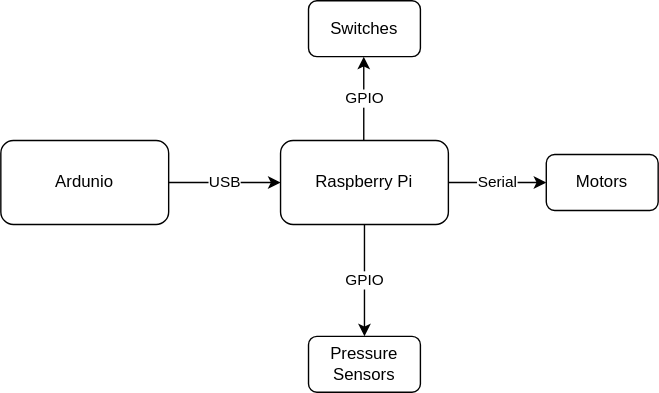
This is client/src/images/rpi-connection-diagram.svg from veselypeta/sdp-website, a draw.io export, as it was before one commit. Source tidied: cells renumbered, new cells last; positions are measured from the earlier drawing's top-left corner, leaving out a move shared by most shapes.
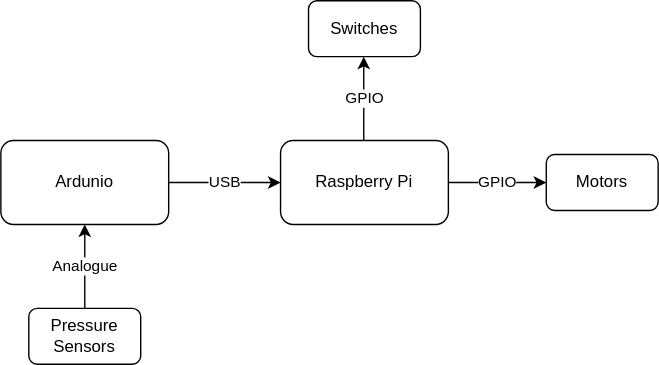
The same file after the commit.

What changed in the source:
```diff
@@ -22,15 +22,13 @@
     <mxCell id="6" value="Switches" style="rounded=1;whiteSpace=wrap;html=1;" parent="1" vertex="1">
       <mxGeometry x="220" width="80" height="40" as="geometry" />
     </mxCell>
-    <mxCell id="7" value="GPIO" style="endArrow=classic;html=1;exitX=0.5;exitY=1;exitDx=0;exitDy=0;" parent="1" edge="1" source="2">
-      <mxGeometry relative="1" as="geometry">
-        <mxPoint x="260" y="240" as="targetPoint" />
-      </mxGeometry>
+    <mxCell id="7" value="Analogue" style="endArrow=classic;html=1;entryX=0.5;entryY=1;entryDx=0;entryDy=0;exitX=0.5;exitY=0;exitDx=0;exitDy=0;" parent="1" edge="1" source="8" target="4">
+      <mxGeometry relative="1" as="geometry" />
     </mxCell>
     <mxCell id="8" value="Pressure Sensors" style="rounded=1;whiteSpace=wrap;html=1;" parent="1" vertex="1">
-      <mxGeometry x="220" y="240" width="80" height="40" as="geometry" />
+      <mxGeometry x="20" y="220" width="80" height="40" as="geometry" />
     </mxCell>
-    <mxCell id="9" value="Serial" style="endArrow=classic;html=1;exitX=1;exitY=0.5;exitDx=0;exitDy=0;" parent="1" edge="1" source="2">
+    <mxCell id="9" value="GPIO" style="endArrow=classic;html=1;exitX=1;exitY=0.5;exitDx=0;exitDy=0;" parent="1" edge="1" source="2">
       <mxGeometry relative="1" as="geometry">
         <mxPoint x="390" y="130" as="targetPoint" />
       </mxGeometry>
```
